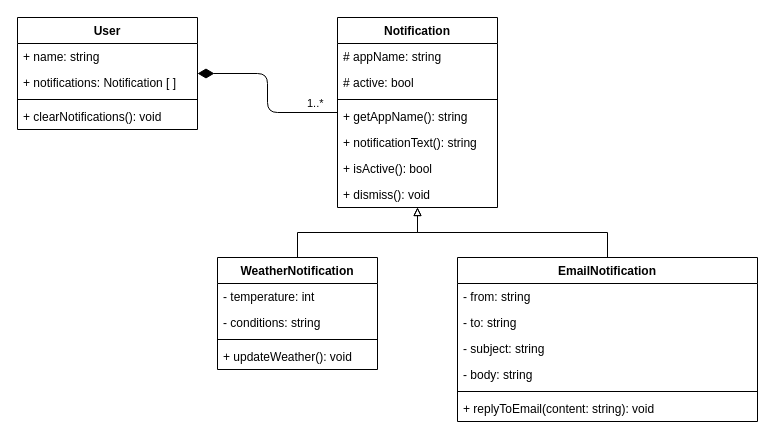
Before: data-structures/uml/uml-diagrams.drawio in err53/ICS4U0-work, a draw.io diagram. Source tidied: cells renumbered, new cells numbered last; positions are measured from the earlier drawing's top-left corner, leaving out a move shared by most shapes. Both pictures are drawn from the tidied source at 100%, with x=0, y=0 at pixel (17, 17).
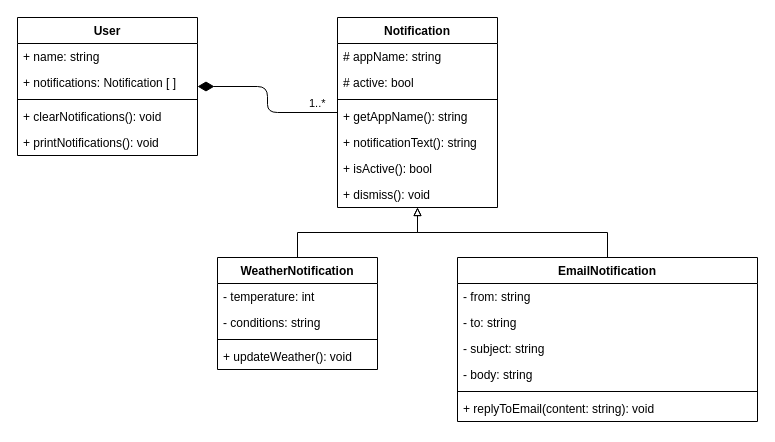
The same diagram, later.

The edit, as a diff of the source:
```diff
@@
     <mxCell id="2" value="User" style="swimlane;fontStyle=1;align=center;verticalAlign=top;horizontal=1;startSize=26;" parent="1" vertex="1">
-      <mxGeometry width="180" height="112" as="geometry" />
+      <mxGeometry width="180" height="138" as="geometry" />
     </mxCell>
@@
+    <mxCell id="30" value="+ printNotifications(): void" style="text;strokeColor=none;fillColor=none;align=left;verticalAlign=top;spacingLeft=4;spacingRight=4;overflow=hidden;" parent="2" vertex="1">
+      <mxGeometry y="112" width="180" height="26" as="geometry" />
+    </mxCell>
```
